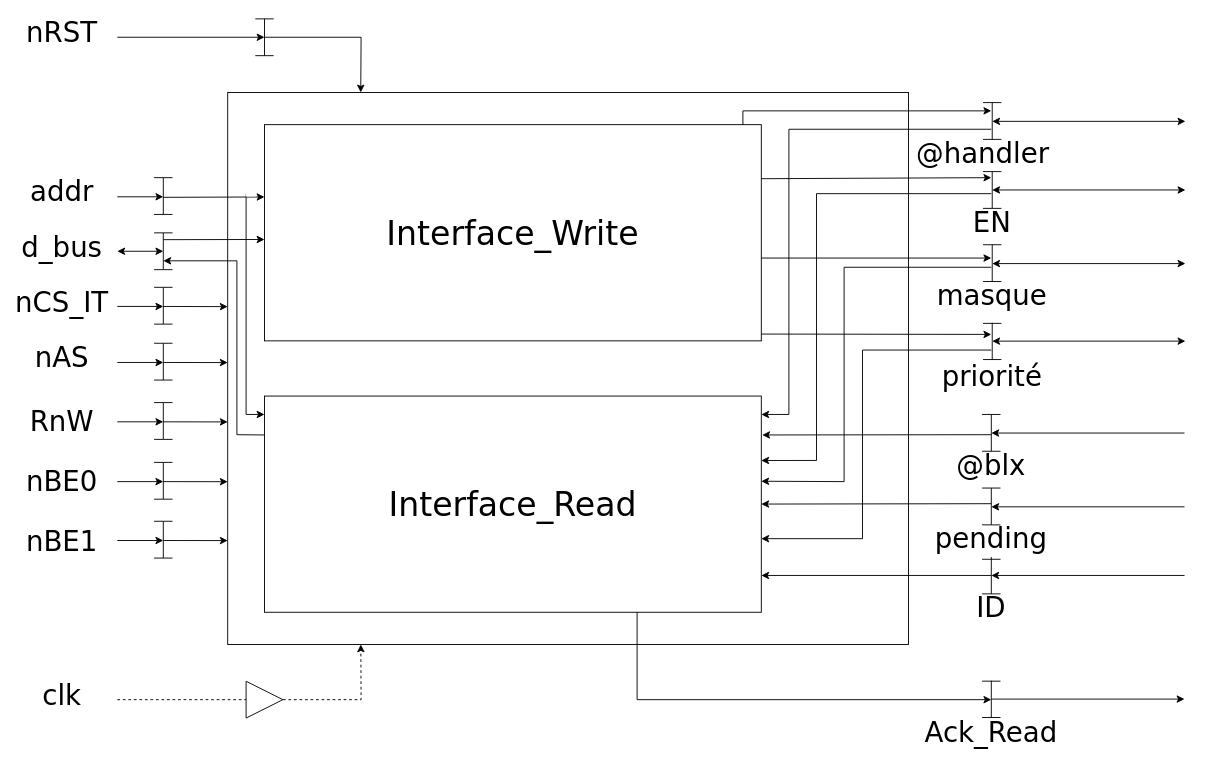
The draw.io diagram report/drawio/raffinage_interface.drawio in FromagePatin/controller_IT, before the edit. Source tidied: cells renumbered, new cells numbered last; positions are measured from the earlier drawing's top-left corner, leaving out a move shared by most shapes. Both pictures are drawn from the tidied source at 92%, with x=0, y=0 at pixel (34, 18).
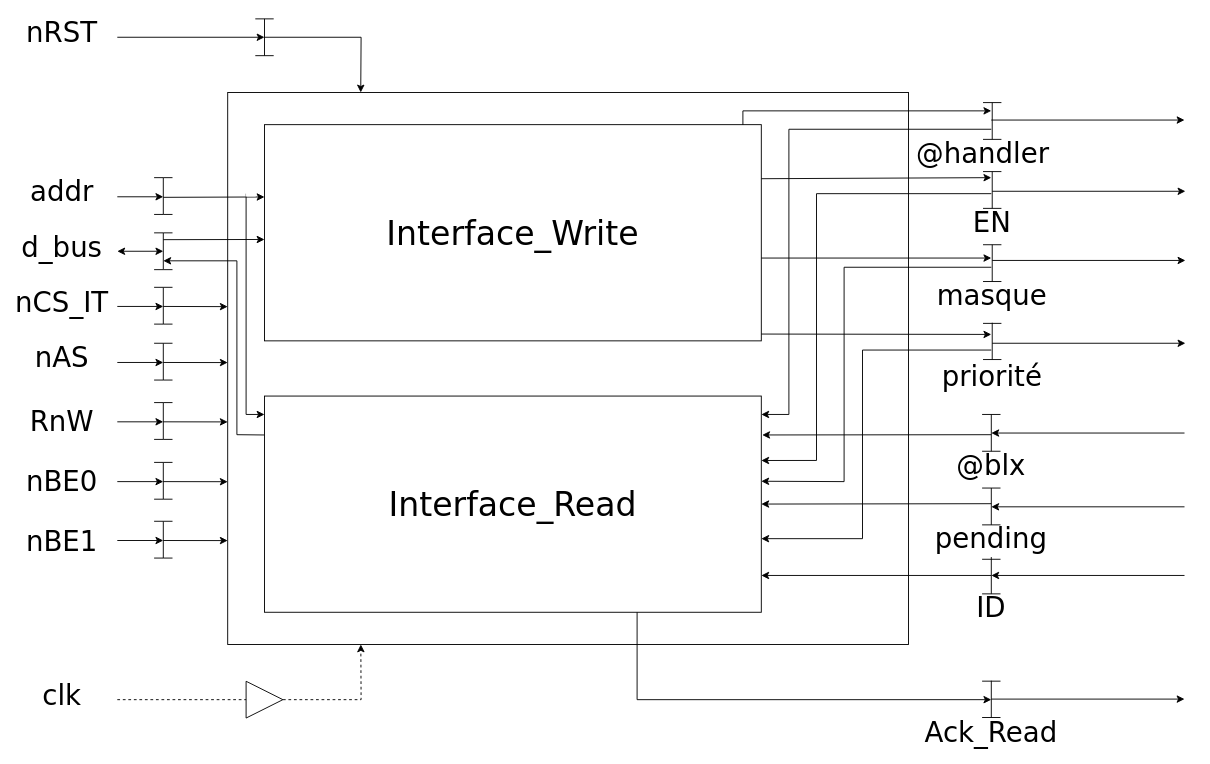
After the change.

Diff of the diagram source:
```diff
@@
-    <mxCell id="81" style="endArrow=classic;startArrow=classic;html=1;rounded=0;fontFamily=Verdana;fontSize=36;fillColor=#FFFFFF;" parent="1" edge="1">
-      <mxGeometry relative="1" as="geometry">
-        <mxPoint x="1041" y="186" as="sourcePoint" />
-        <mxPoint x="1251" y="186" as="targetPoint" />
-      </mxGeometry>
-    </mxCell>
-    <mxCell id="82" style="endArrow=classic;startArrow=classic;html=1;rounded=0;fontFamily=Verdana;fontSize=36;fillColor=#FFFFFF;" parent="1" edge="1">
-      <mxGeometry relative="1" as="geometry">
-        <mxPoint x="1041" y="266" as="sourcePoint" />
-        <mxPoint x="1251" y="266" as="targetPoint" />
-      </mxGeometry>
-    </mxCell>
-    <mxCell id="83" style="endArrow=classic;startArrow=classic;html=1;rounded=0;fontFamily=Verdana;fontSize=36;fillColor=#FFFFFF;" parent="1" edge="1">
-      <mxGeometry relative="1" as="geometry">
-        <mxPoint x="1041" y="111.4" as="sourcePoint" />
-        <mxPoint x="1251" y="111.4" as="targetPoint" />
-      </mxGeometry>
-    </mxCell>
-    <mxCell id="84" style="endArrow=classic;startArrow=classic;html=1;rounded=0;fontFamily=Verdana;fontSize=36;fillColor=#FFFFFF;" parent="1" edge="1">
-      <mxGeometry relative="1" as="geometry">
-        <mxPoint x="1041" y="350.3" as="sourcePoint" />
-        <mxPoint x="1251" y="350.3" as="targetPoint" />
-      </mxGeometry>
-    </mxCell>
@@
+    <mxCell id="113" style="endArrow=classic;html=1;rounded=0;" parent="1" edge="1">
+      <mxGeometry relative="1" as="geometry">
+        <mxPoint x="1040" y="110" as="sourcePoint" />
+        <mxPoint x="1250" y="110" as="targetPoint" />
+      </mxGeometry>
+    </mxCell>
+    <mxCell id="114" style="endArrow=classic;html=1;rounded=0;" parent="1" edge="1">
+      <mxGeometry relative="1" as="geometry">
+        <mxPoint x="1041" y="187.4" as="sourcePoint" />
+        <mxPoint x="1251" y="187.4" as="targetPoint" />
+      </mxGeometry>
+    </mxCell>
+    <mxCell id="115" style="endArrow=classic;html=1;rounded=0;" parent="1" edge="1">
+      <mxGeometry relative="1" as="geometry">
+        <mxPoint x="1041" y="262.6" as="sourcePoint" />
+        <mxPoint x="1251" y="262.6" as="targetPoint" />
+      </mxGeometry>
+    </mxCell>
+    <mxCell id="116" style="endArrow=classic;html=1;rounded=0;" parent="1" edge="1">
+      <mxGeometry relative="1" as="geometry">
+        <mxPoint x="1041" y="352.6" as="sourcePoint" />
+        <mxPoint x="1251" y="352.6" as="targetPoint" />
+      </mxGeometry>
+    </mxCell>
```
